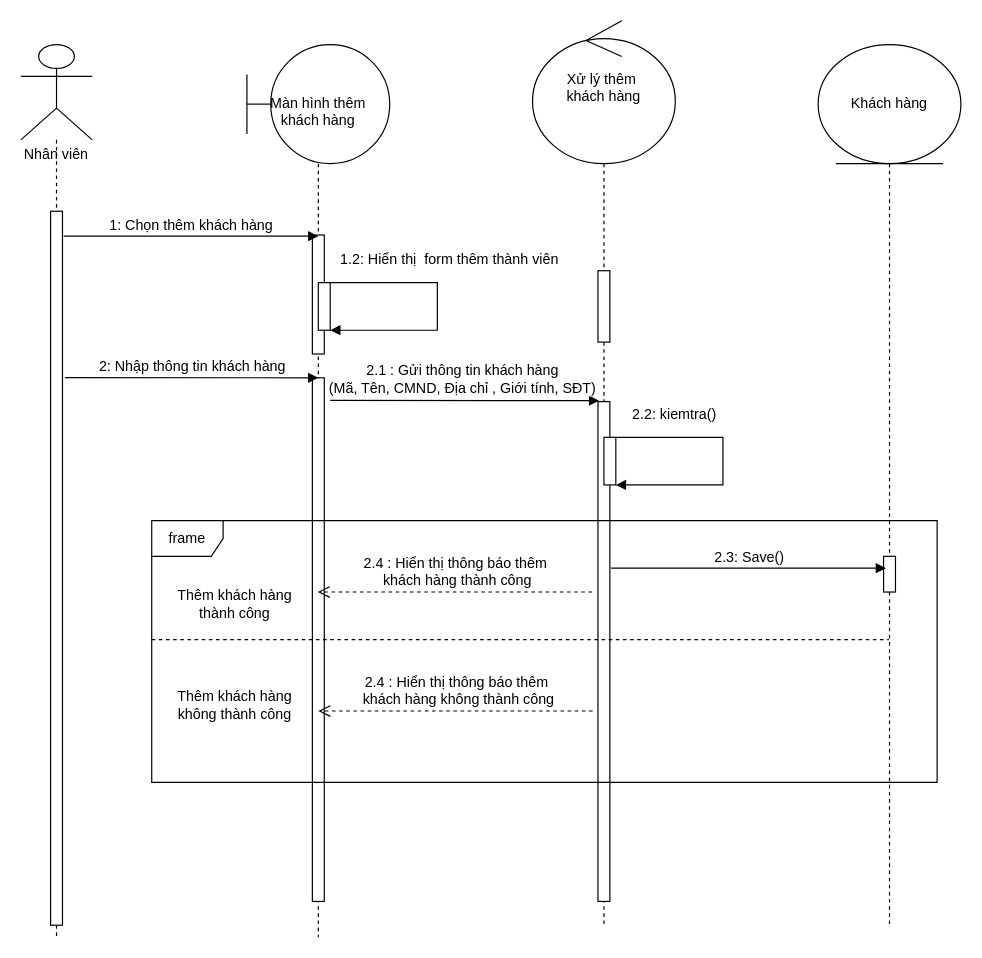
Above: document/sequence/sq_ad_customer.drawio in TikTzuki/tourism-application (draw.io), before the change. Source tidied: cells renumbered, new cells numbered last; positions are measured from the earlier drawing's top-left corner, leaving out a move shared by most shapes. Both pictures are drawn from the tidied source at 119%, with x=0, y=0 at pixel (20, 20).
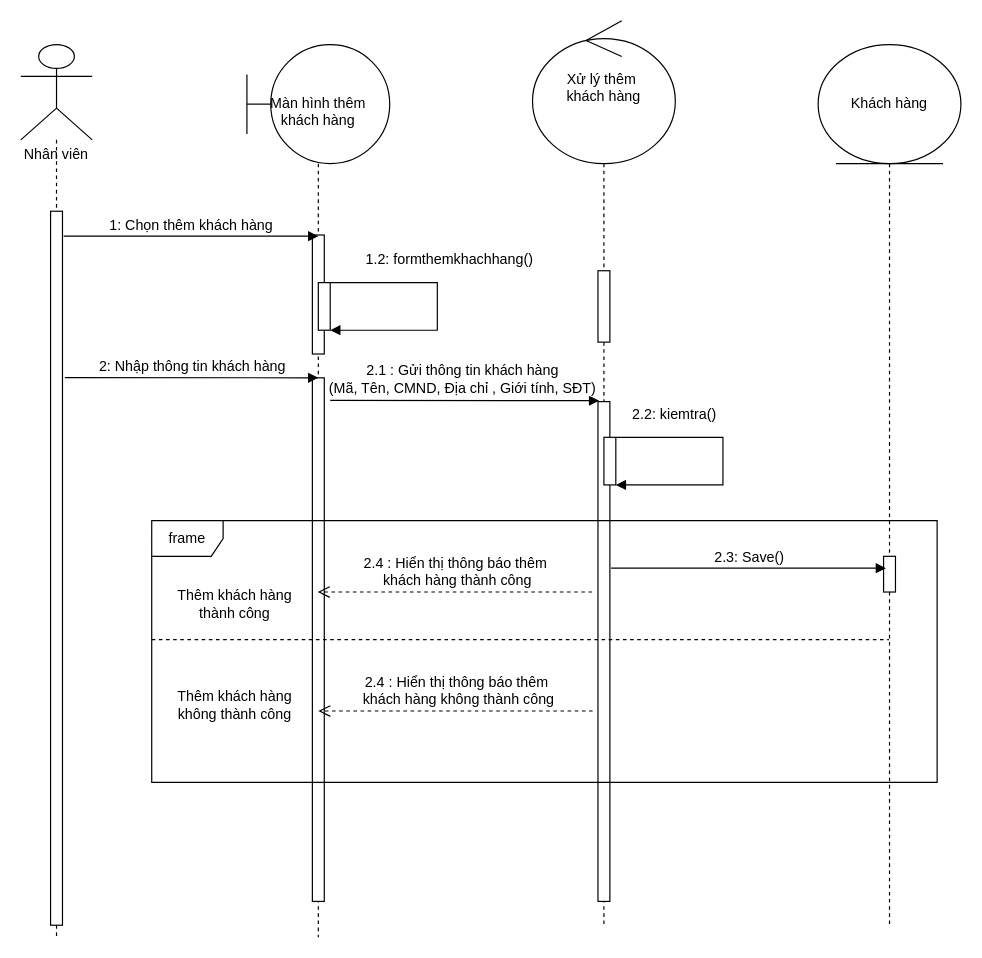
The same page after the edit.

Diff of the diagram source:
```diff
@@
-    <mxCell id="14" value="1.2: Hiển thị&amp;nbsp; form thêm thành viên" style="html=1;verticalAlign=bottom;endArrow=block;fontSize=12;rounded=0;" parent="1" edge="1">
+    <mxCell id="14" value="1.2: formthemkhachhang()" style="html=1;verticalAlign=bottom;endArrow=block;fontSize=12;rounded=0;" parent="1" edge="1">
       <mxGeometry x="-0.18" y="14" relative="1" as="geometry">
         <mxPoint x="260" y="220" as="sourcePoint" />
         <mxPoint x="260" y="260" as="targetPoint" />
         <Array as="points">
           <mxPoint x="350" y="220" />
           <mxPoint x="350" y="260" />
         </Array>
         <mxPoint x="-4" y="-10" as="offset" />
       </mxGeometry>
     </mxCell>
```
